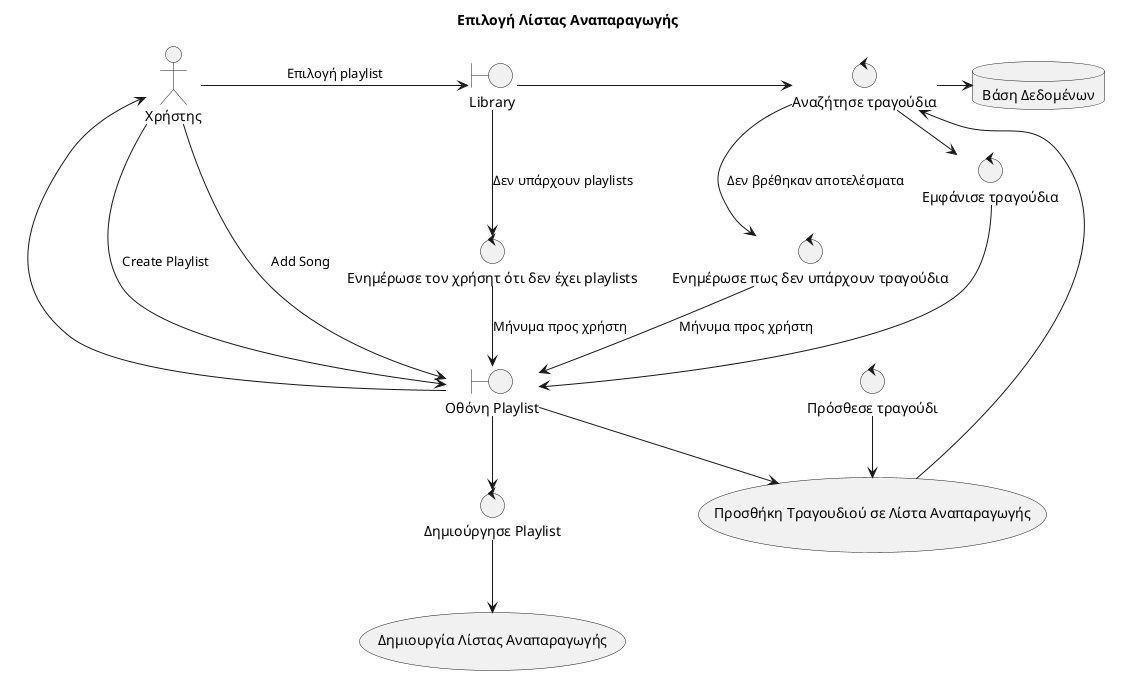
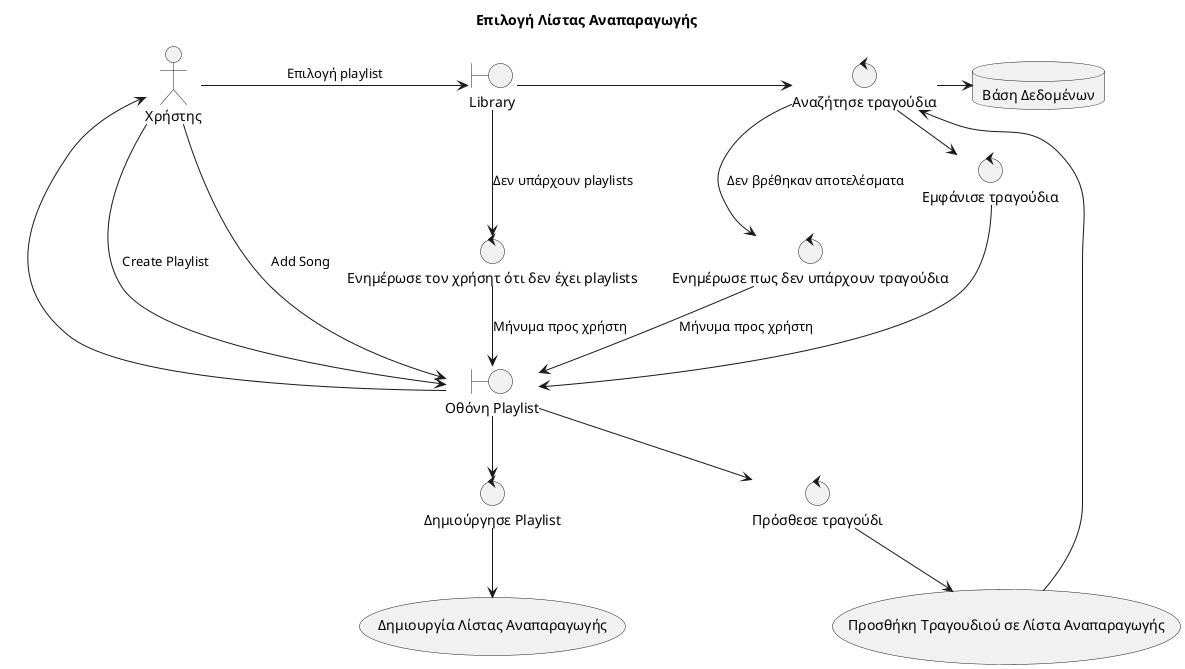
@startuml name

title Επιλογή Λίστας Αναπαραγωγής

actor "Χρήστης" as u
boundary "Library" as lib
database "Βάση Δεδομένων" as db
control "Αναζήτησε τραγούδια" as search
control "Εμφάνισε τραγούδια" as ss
boundary "Οθόνη Playlist" as ps
control "Ενημέρωσε τον χρήσητ ότι δεν έχει playlists" as np
usecase "Δημιουργία Λίστας Αναπαραγωγής" as cp
control "Δημιούργησε Playlist" as ccp
control "Ενημέρωσε πως δεν υπάρχουν τραγούδια" as ins
control "Πρόσθεσε τραγούδι" as addsong
usecase "Προσθήκη Τραγουδιού σε Λίστα Αναπαραγωγής" as addSong

u -> lib : Επιλογή playlist
lib -> search
search -> db
search -> ss
ss -> ps
ps -> u

lib --> np : Δεν υπάρχουν playlists
np --> ps : Μήνυμα προς χρήστη
u --> ps : "Create Playlist"
ps --> ccp
ccp --> cp

search --> ins : Δεν βρέθηκαν αποτελέσματα
ins --> ps : Μήνυμα προς χρήστη
u --> ps : "Add Song"
- ps --> addSong
+ ps --> addsong
addsong --> addSong
addSong --> search
@enduml
